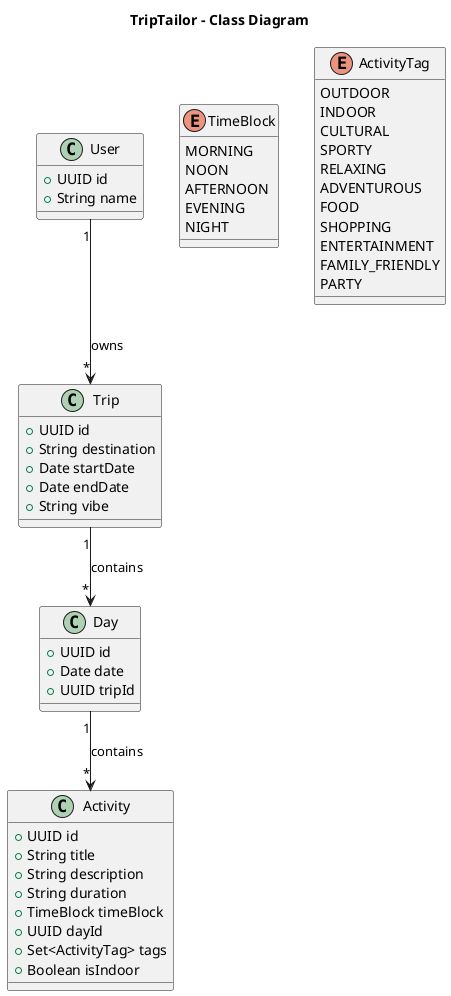
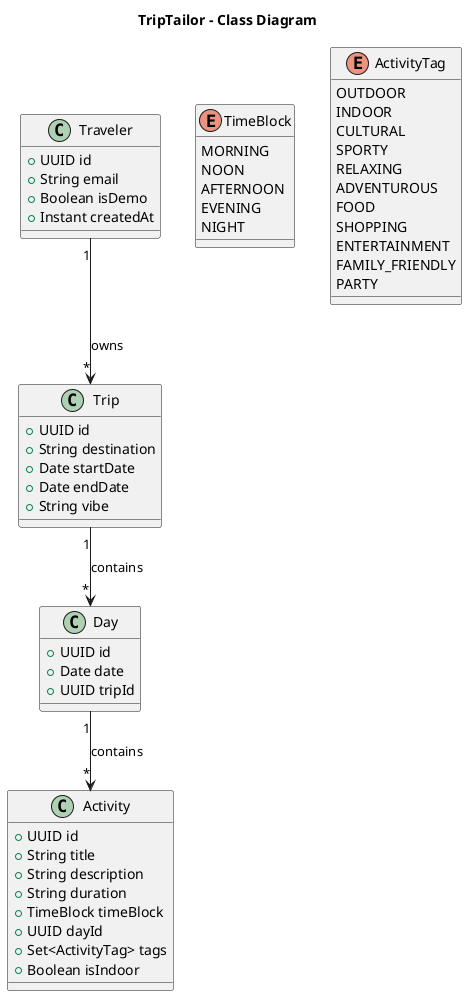
@startuml class-diagram
title TripTailor - Class Diagram

class Trip {
  +UUID id
  +String destination
  +Date startDate
  +Date endDate
  +String vibe
}

class Day {
  +UUID id
  +Date date
  +UUID tripId
}

class Activity {
  +UUID id
  +String title
  +String description
  +String duration
  +TimeBlock timeBlock
  +UUID dayId
  +Set<ActivityTag> tags
  +Boolean isIndoor
}

enum TimeBlock {
  MORNING
  NOON
  AFTERNOON
  EVENING
  NIGHT
}

enum ActivityTag {
  OUTDOOR
  INDOOR
  CULTURAL
  SPORTY
  RELAXING
  ADVENTUROUS
  FOOD
  SHOPPING
  ENTERTAINMENT
  FAMILY_FRIENDLY
  PARTY
}

- class User {
+ class Traveler {
  +UUID id
-   +String name
+   +String email
+   +Boolean isDemo
+   +Instant createdAt
}

- User "1" --> "*" Trip : owns
+ Traveler "1" --> "*" Trip : owns
Trip "1" --> "*" Day : contains
Day "1" --> "*" Activity : contains

@enduml
